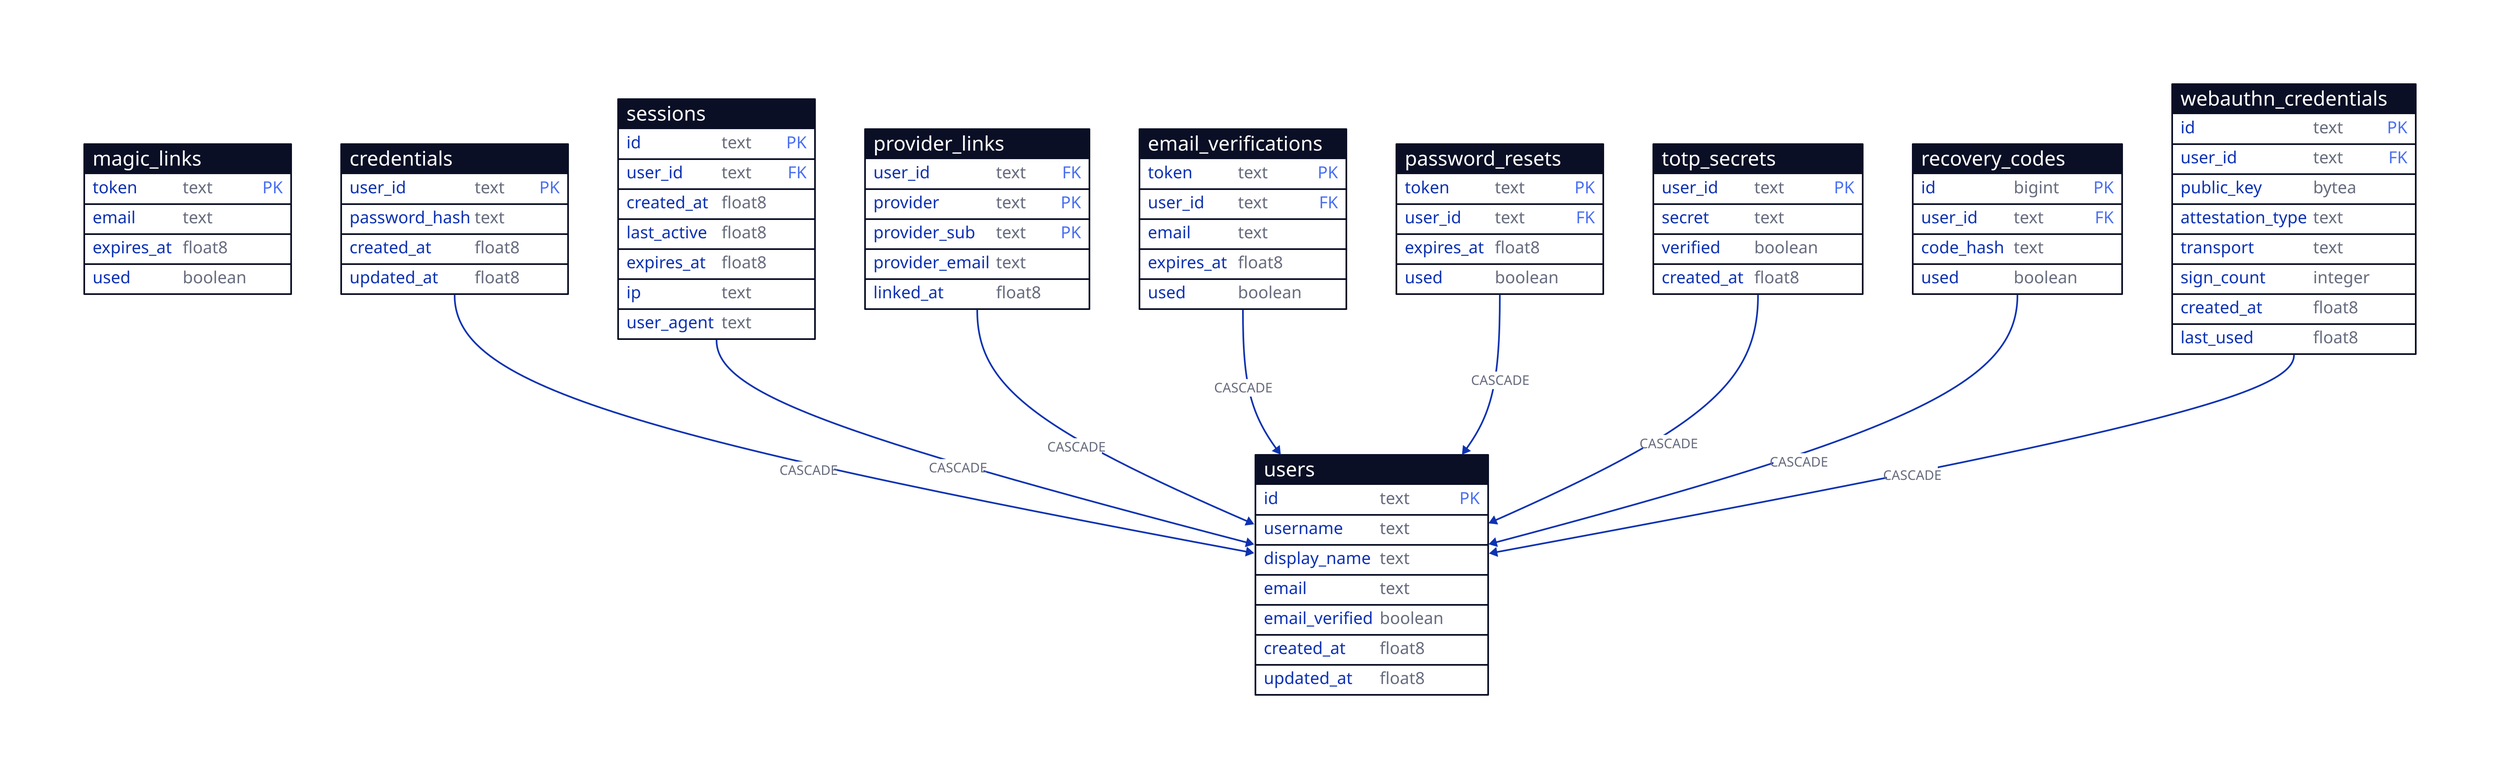
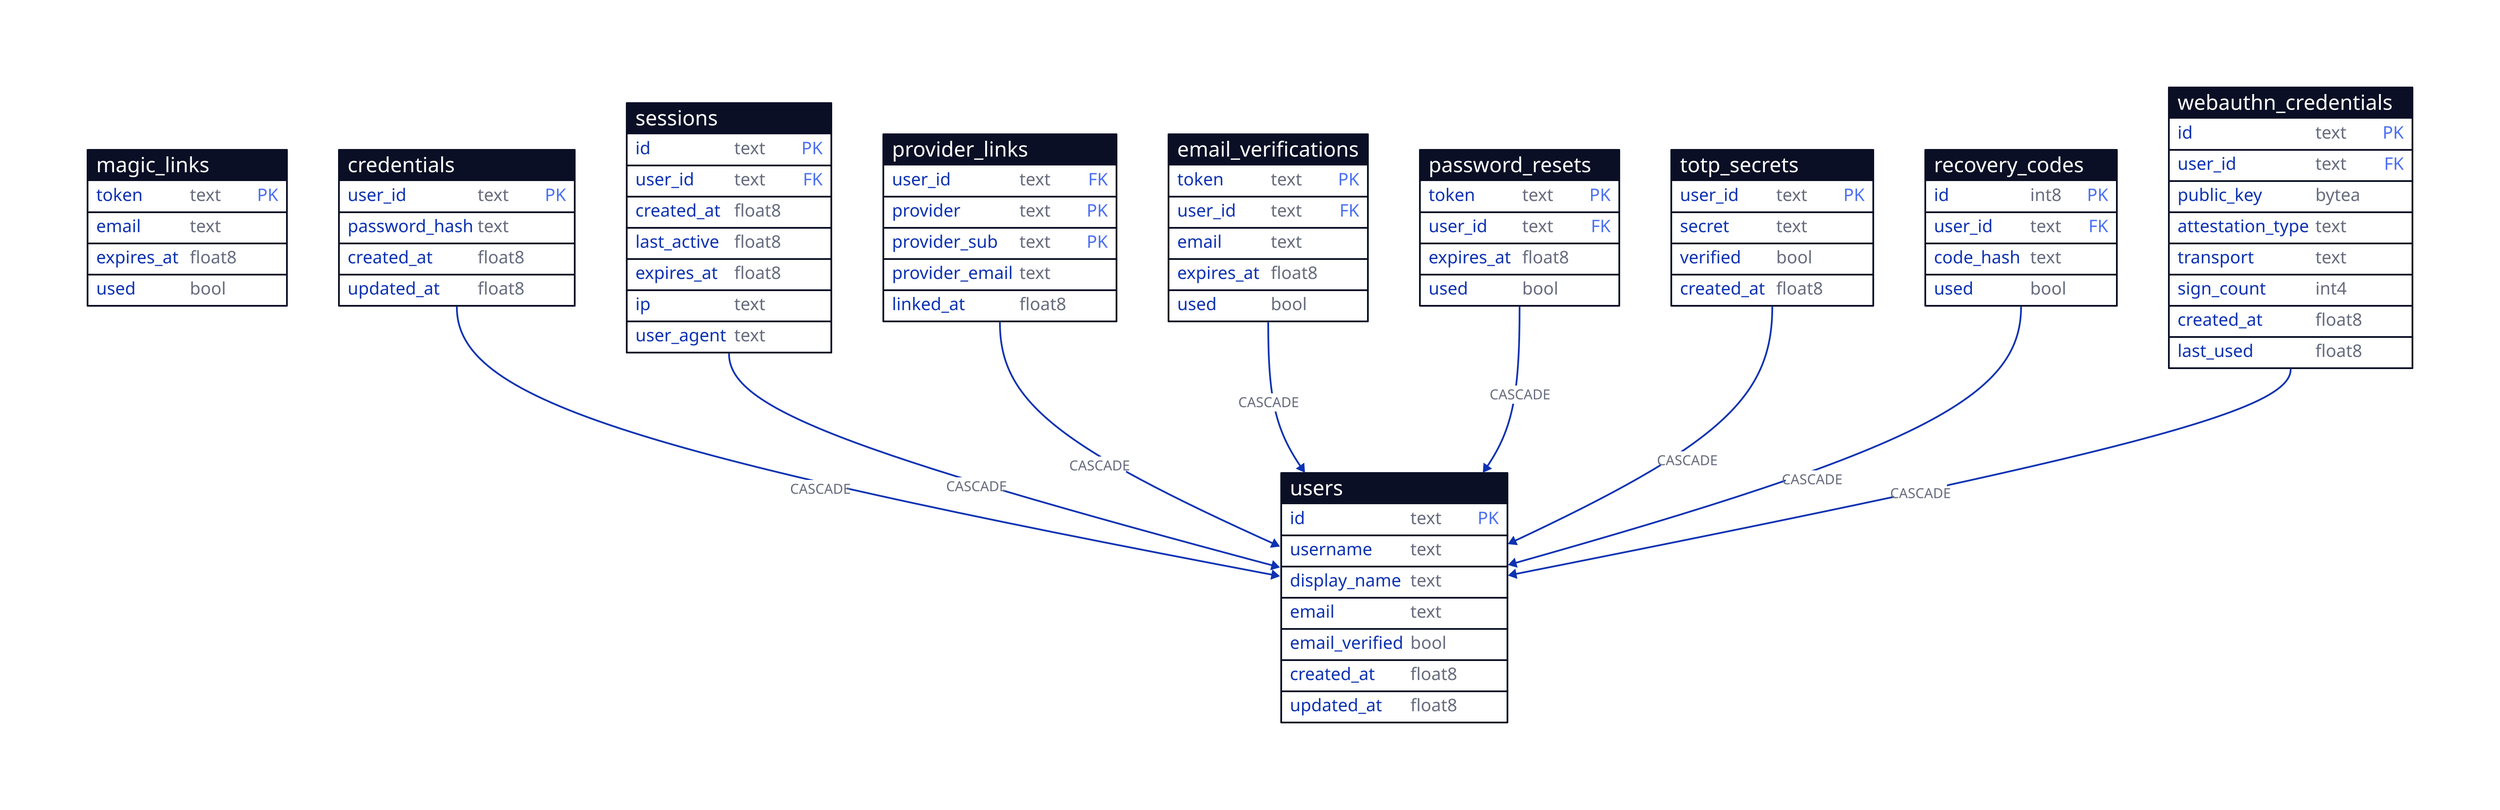
users: {
  shape: sql_table
  id: text {constraint: primary_key}
  username: text
  display_name: text
  email: text
-   email_verified: boolean
+   email_verified: bool
  created_at: float8
  updated_at: float8
}
magic_links: {
  shape: sql_table
  token: text {constraint: primary_key}
  email: text
  expires_at: float8
-   used: boolean
+   used: bool
}
credentials: {
  shape: sql_table
  user_id: text {constraint: primary_key}
  password_hash: text
  created_at: float8
  updated_at: float8
}
sessions: {
  shape: sql_table
  id: text {constraint: primary_key}
  user_id: text {constraint: foreign_key}
  created_at: float8
  last_active: float8
  expires_at: float8
  ip: text
  user_agent: text
}
provider_links: {
  shape: sql_table
  user_id: text {constraint: foreign_key}
  provider: text {constraint: primary_key}
  provider_sub: text {constraint: primary_key}
  provider_email: text
  linked_at: float8
}
email_verifications: {
  shape: sql_table
  token: text {constraint: primary_key}
  user_id: text {constraint: foreign_key}
  email: text
  expires_at: float8
-   used: boolean
+   used: bool
}
password_resets: {
  shape: sql_table
  token: text {constraint: primary_key}
  user_id: text {constraint: foreign_key}
  expires_at: float8
-   used: boolean
+   used: bool
}
totp_secrets: {
  shape: sql_table
  user_id: text {constraint: primary_key}
  secret: text
-   verified: boolean
+   verified: bool
  created_at: float8
}
recovery_codes: {
  shape: sql_table
-   id: bigint {constraint: primary_key}
+   id: int8 {constraint: primary_key}
  user_id: text {constraint: foreign_key}
  code_hash: text
-   used: boolean
+   used: bool
}
webauthn_credentials: {
  shape: sql_table
  id: text {constraint: primary_key}
  user_id: text {constraint: foreign_key}
  public_key: bytea
  attestation_type: text
  transport: text
-   sign_count: integer
+   sign_count: int4
  created_at: float8
  last_used: float8
}
credentials.user_id -> users.id: CASCADE
sessions.user_id -> users.id: CASCADE
provider_links.user_id -> users.id: CASCADE
email_verifications.user_id -> users.id: CASCADE
password_resets.user_id -> users.id: CASCADE
totp_secrets.user_id -> users.id: CASCADE
recovery_codes.user_id -> users.id: CASCADE
webauthn_credentials.user_id -> users.id: CASCADE
